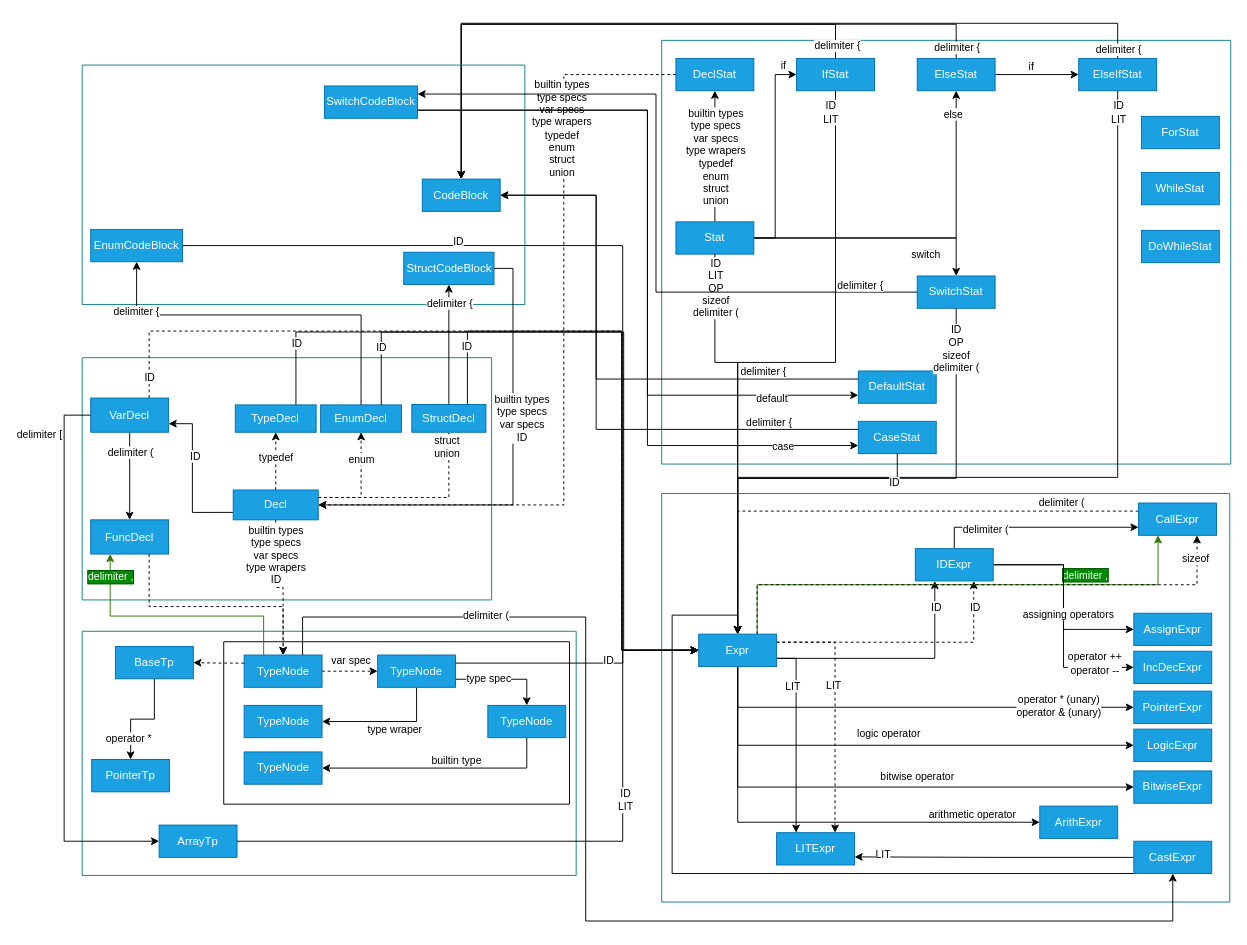
Before: Стековая_диаграмма_МТиК.drawio in OskarGaliullin231-329/translation-university, a draw.io diagram. Source tidied: cells renumbered, new cells numbered last; positions are measured from the earlier drawing's top-left corner, leaving out a move shared by most shapes. Both pictures are drawn from the tidied source at 95%, with x=0, y=0 at pixel (64, 23).
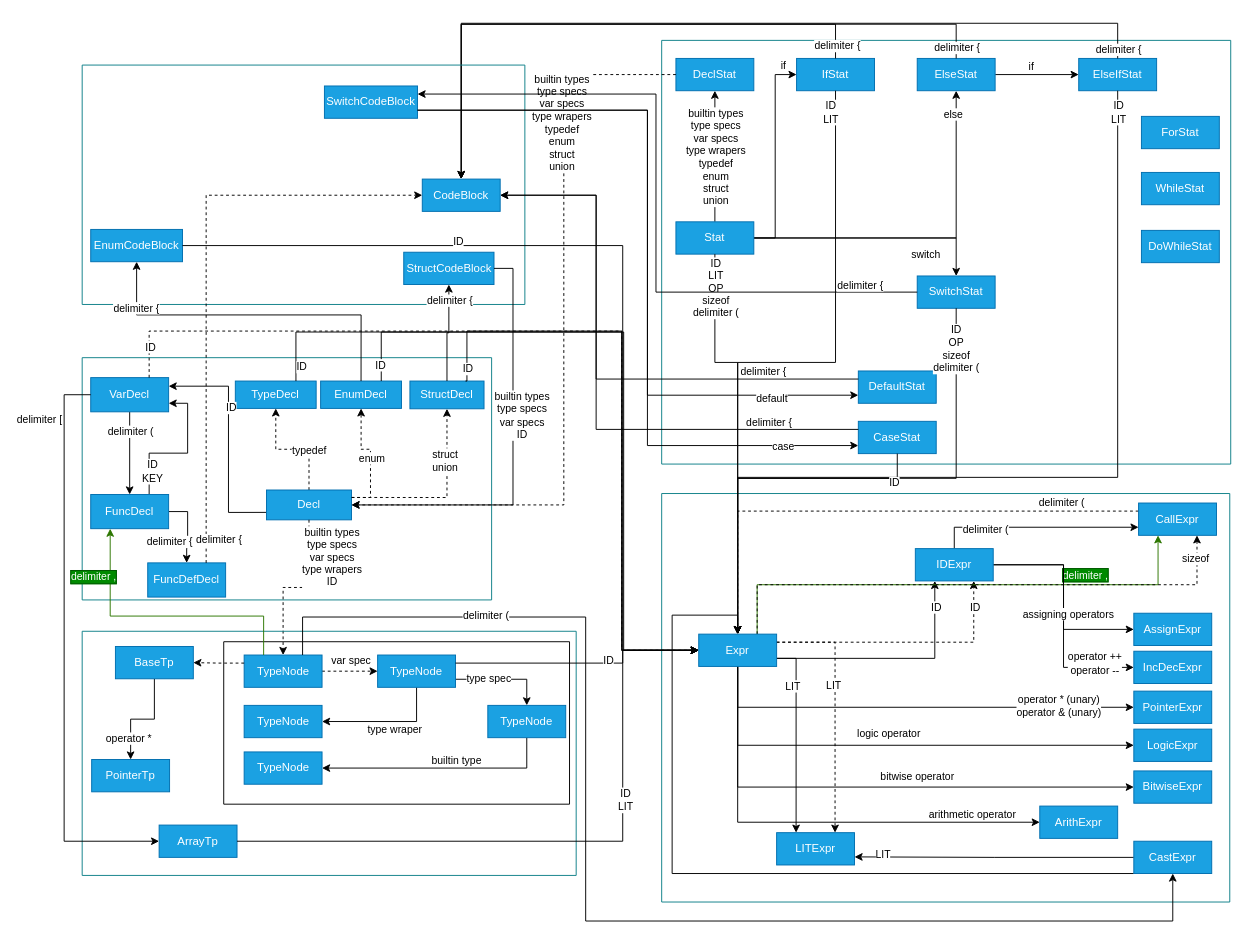
The same diagram, later.

Unchanged cells that the change refers to:
```xml
<mxCell id="2" style="swimlane;startSize=0;fillColor=#b0e3e6;strokeColor=#0e8088;" parent="1" vertex="1">
  <mxGeometry x="19" y="352" width="431" height="255" as="geometry" />
</mxCell>
<mxCell id="11" style="edgeStyle=orthogonalEdgeStyle;rounded=0;jettySize=auto;html=1;exitX=1;exitY=0.25;exitDx=0;exitDy=0;dashed=1;" parent="2" edge="1" source="15" target="10">
  <mxGeometry relative="1" as="geometry" />
</mxCell>
<mxCell id="17" style="edgeStyle=orthogonalEdgeStyle;rounded=0;jettySize=auto;html=1;exitX=1;exitY=0.25;exitDx=0;exitDy=0;dashed=1;" parent="2" edge="1" source="15" target="16">
  <mxGeometry relative="1" as="geometry" />
</mxCell>
<mxCell id="19" style="edgeStyle=orthogonalEdgeStyle;rounded=0;jettySize=auto;html=1;exitX=0.5;exitY=1;exitDx=0;exitDy=0;entryX=0.5;entryY=0;entryDx=0;entryDy=0;dashed=1;" parent="1" edge="1" source="15" target="68">
  <mxGeometry relative="1" as="geometry" />
</mxCell>
<mxCell id="68" value="TypeNode" style="rounded=0;whiteSpace=wrap;html=1;fillColor=#1ba1e2;fontColor=#ffffff;strokeColor=#006EAF;" parent="65" vertex="1">
  <mxGeometry x="21.5" y="14" width="82" height="34" as="geometry" />
</mxCell>
<mxCell id="84" value="ArrayTp" style="rounded=0;whiteSpace=wrap;html=1;fillColor=#1ba1e2;fontColor=#ffffff;strokeColor=#006EAF;" parent="64" vertex="1">
  <mxGeometry x="81" y="204" width="82" height="34" as="geometry" />
</mxCell>
<mxCell id="89" style="edgeStyle=orthogonalEdgeStyle;rounded=0;jettySize=auto;html=1;exitX=0.75;exitY=0;exitDx=0;exitDy=0;entryX=0;entryY=0.5;entryDx=0;entryDy=0;dashed=1;" parent="1" edge="1" source="5" target="44">
  <mxGeometry relative="1" as="geometry">
    <Array as="points">
      <mxPoint x="90" y="324" />
      <mxPoint x="587" y="324" />
      <mxPoint x="587" y="660" />
    </Array>
  </mxGeometry>
</mxCell>
<mxCell id="96" style="edgeStyle=orthogonalEdgeStyle;rounded=0;jettySize=auto;html=1;exitX=0.75;exitY=0;exitDx=0;exitDy=0;entryX=0;entryY=0.5;entryDx=0;entryDy=0;" parent="1" edge="1" source="7" target="44">
  <mxGeometry relative="1" as="geometry">
    <Array as="points">
      <mxPoint x="244" y="325" />
      <mxPoint x="587" y="325" />
      <mxPoint x="587" y="660" />
    </Array>
  </mxGeometry>
</mxCell>
<mxCell id="98" style="edgeStyle=orthogonalEdgeStyle;rounded=0;jettySize=auto;html=1;exitX=0.75;exitY=0;exitDx=0;exitDy=0;entryX=0;entryY=0.5;entryDx=0;entryDy=0;" parent="1" edge="1" source="10" target="44">
  <mxGeometry relative="1" as="geometry">
    <Array as="points">
      <mxPoint x="334" y="325" />
      <mxPoint x="589" y="325" />
      <mxPoint x="589" y="660" />
    </Array>
  </mxGeometry>
</mxCell>
<mxCell id="100" style="edgeStyle=orthogonalEdgeStyle;rounded=0;jettySize=auto;html=1;exitX=0.75;exitY=0;exitDx=0;exitDy=0;entryX=0;entryY=0.5;entryDx=0;entryDy=0;" parent="1" edge="1" source="16" target="44">
  <mxGeometry relative="1" as="geometry">
    <Array as="points">
      <mxPoint x="424" y="324" />
      <mxPoint x="587" y="324" />
      <mxPoint x="587" y="660" />
    </Array>
  </mxGeometry>
</mxCell>
<mxCell id="141" value="CodeBlock" style="rounded=0;whiteSpace=wrap;html=1;fillColor=#1ba1e2;fontColor=#ffffff;strokeColor=#006EAF;" parent="140" vertex="1">
  <mxGeometry x="358" y="120" width="82" height="34" as="geometry" />
</mxCell>
```

Diff of the diagram source:
```diff
@@
     <mxCell id="5" value="VarDecl" style="rounded=0;whiteSpace=wrap;html=1;fillColor=#1ba1e2;fontColor=#ffffff;strokeColor=#006EAF;" parent="2" vertex="1">
-      <mxGeometry x="9" y="42.5" width="82" height="36" as="geometry" />
+      <mxGeometry x="9" y="21" width="82" height="36" as="geometry" />
     </mxCell>
+    <mxCell id="167" style="edgeStyle=orthogonalEdgeStyle;rounded=0;jettySize=auto;html=1;exitX=0.75;exitY=0;exitDx=0;exitDy=0;entryX=1;entryY=0.75;entryDx=0;entryDy=0;" parent="2" edge="1" source="6" target="5">
+      <mxGeometry relative="1" as="geometry" />
+    </mxCell>
+    <mxCell id="168" value="&lt;div&gt;ID&lt;/div&gt;&lt;div&gt;KEY&lt;/div&gt;" style="edgeLabel;html=1;align=center;verticalAlign=middle;" parent="167" vertex="1">
+      <mxGeometry x="-0.6" y="-4" relative="1" as="geometry">
+        <mxPoint x="-1" y="6" as="offset" />
+      </mxGeometry>
+    </mxCell>
+    <mxCell id="169" style="edgeStyle=orthogonalEdgeStyle;rounded=0;jettySize=auto;html=1;exitX=1;exitY=0.5;exitDx=0;exitDy=0;entryX=0.5;entryY=0;entryDx=0;entryDy=0;" parent="2" edge="1" source="6" target="171">
+      <mxGeometry relative="1" as="geometry" />
+    </mxCell>
+    <mxCell id="170" value="delimiter {" style="edgeLabel;html=1;align=center;verticalAlign=middle;" parent="169" vertex="1">
+      <mxGeometry x="-0.02" y="-2" relative="1" as="geometry">
+        <mxPoint x="-18" y="14" as="offset" />
+      </mxGeometry>
+    </mxCell>
     <mxCell id="6" value="FuncDecl" style="rounded=0;whiteSpace=wrap;html=1;fillColor=#1ba1e2;fontColor=#ffffff;strokeColor=#006EAF;" parent="2" vertex="1">
-      <mxGeometry x="9" y="170.7" width="82" height="36" as="geometry" />
+      <mxGeometry x="9" y="144" width="82" height="36" as="geometry" />
     </mxCell>
     <mxCell id="7" value="TypeDecl" style="rounded=0;whiteSpace=wrap;html=1;fillColor=#1ba1e2;fontColor=#ffffff;strokeColor=#006EAF;" parent="2" vertex="1">
-      <mxGeometry x="161.2" y="49.7" width="85.1" height="28.8" as="geometry" />
+      <mxGeometry x="161.2" y="24.6" width="85.1" height="28.8" as="geometry" />
     </mxCell>
@@
     <mxCell id="10" value="EnumDecl" style="rounded=0;whiteSpace=wrap;html=1;fillColor=#1ba1e2;fontColor=#ffffff;strokeColor=#006EAF;" parent="2" vertex="1">
-      <mxGeometry x="251" y="49.7" width="85.1" height="28.8" as="geometry" />
+      <mxGeometry x="251" y="24.6" width="85.1" height="28.8" as="geometry" />
     </mxCell>
@@
     <mxCell id="12" value="enum" style="edgeLabel;html=1;align=center;verticalAlign=middle;" parent="11" vertex="1">
       <mxGeometry x="-0.59" y="-7" relative="1" as="geometry">
-        <mxPoint x="22" y="-48" as="offset" />
+        <mxPoint x="-6" y="-37" as="offset" />
       </mxGeometry>
     </mxCell>
-    <mxCell id="13" style="edgeStyle=orthogonalEdgeStyle;rounded=0;jettySize=auto;html=1;exitX=0;exitY=0.75;exitDx=0;exitDy=0;entryX=1;entryY=0.75;entryDx=0;entryDy=0;" parent="2" edge="1" source="15" target="5">
+    <mxCell id="13" style="edgeStyle=orthogonalEdgeStyle;rounded=0;jettySize=auto;html=1;exitX=0;exitY=0.75;exitDx=0;exitDy=0;entryX=1;entryY=0.25;entryDx=0;entryDy=0;" parent="2" edge="1" source="15" target="5">
       <mxGeometry relative="1" as="geometry">
         <Array as="points">
-          <mxPoint x="116" y="163" />
-          <mxPoint x="116" y="69" />
+          <mxPoint x="154" y="163" />
+          <mxPoint x="154" y="30" />
         </Array>
       </mxGeometry>
     </mxCell>
@@
     <mxCell id="15" value="Decl" style="rounded=0;whiteSpace=wrap;html=1;fillColor=#1ba1e2;fontColor=#ffffff;strokeColor=#006EAF;" parent="2" vertex="1">
-      <mxGeometry x="159" y="139.3" width="89.5" height="31.4" as="geometry" />
+      <mxGeometry x="194" y="139.3" width="89.5" height="31.4" as="geometry" />
     </mxCell>
     <mxCell id="16" value="StructDecl" style="rounded=0;whiteSpace=wrap;html=1;fillColor=#1ba1e2;fontColor=#ffffff;strokeColor=#006EAF;" parent="2" vertex="1">
-      <mxGeometry x="347" y="49.3" width="78" height="29.2" as="geometry" />
+      <mxGeometry x="345" y="24.6" width="78" height="29.2" as="geometry" />
     </mxCell>
@@
     <mxCell id="18" value="&lt;div&gt;struct&lt;/div&gt;&lt;div&gt;union&lt;/div&gt;" style="edgeLabel;html=1;align=center;verticalAlign=middle;" parent="17" vertex="1">
       <mxGeometry x="-0.65" y="-2" relative="1" as="geometry">
-        <mxPoint x="99" y="-56" as="offset" />
+        <mxPoint x="64" y="-41" as="offset" />
       </mxGeometry>
     </mxCell>
+    <mxCell id="171" value="FuncDefDecl" style="rounded=0;whiteSpace=wrap;html=1;fillColor=#1ba1e2;fontColor=#ffffff;strokeColor=#006EAF;" parent="2" vertex="1">
+      <mxGeometry x="69" y="216" width="82" height="36" as="geometry" />
+    </mxCell>
@@
     <mxCell id="20" value="&lt;div&gt;builtin types&lt;/div&gt;&lt;div&gt;type specs&lt;/div&gt;&lt;div&gt;var specs&lt;/div&gt;&lt;div&gt;type wrapers&lt;/div&gt;&lt;div&gt;ID&lt;/div&gt;" style="edgeLabel;html=1;align=center;verticalAlign=middle;" parent="19" vertex="1">
       <mxGeometry x="-0.87" y="1" relative="1" as="geometry">
-        <mxPoint x="-1" y="27" as="offset" />
+        <mxPoint x="23" y="28" as="offset" />
       </mxGeometry>
     </mxCell>
@@
     <mxCell id="90" value="ID" style="edgeLabel;html=1;align=center;verticalAlign=middle;" parent="89" vertex="1">
       <mxGeometry x="0.69" y="3" relative="1" as="geometry">
-        <mxPoint x="-501" y="-216" as="offset" />
+        <mxPoint x="-500" y="-251" as="offset" />
       </mxGeometry>
     </mxCell>
     <mxCell id="91" style="edgeStyle=orthogonalEdgeStyle;rounded=0;jettySize=auto;html=1;exitX=0;exitY=0.5;exitDx=0;exitDy=0;entryX=0;entryY=0.5;entryDx=0;entryDy=0;" parent="1" edge="1" source="5" target="84">
       <mxGeometry relative="1" as="geometry">
         <Array as="points">
-          <mxPoint y="413" />
+          <mxPoint y="391" />
           <mxPoint y="861" />
         </Array>
       </mxGeometry>
     </mxCell>
@@
-    <mxCell id="93" style="edgeStyle=orthogonalEdgeStyle;rounded=0;jettySize=auto;html=1;exitX=0.75;exitY=1;exitDx=0;exitDy=0;entryX=0.5;entryY=0;entryDx=0;entryDy=0;dashed=1;" parent="1" edge="1" source="6" target="68">
-      <mxGeometry relative="1" as="geometry">
-        <Array as="points">
-          <mxPoint x="90" y="614" />
-          <mxPoint x="230" y="614" />
-        </Array>
-      </mxGeometry>
-    </mxCell>
@@
     <mxCell id="97" value="ID" style="edgeLabel;html=1;align=center;verticalAlign=middle;" parent="96" vertex="1">
       <mxGeometry x="-0.85" y="1" relative="1" as="geometry">
-        <mxPoint x="1" y="-2" as="offset" />
+        <mxPoint x="-4" y="37" as="offset" />
       </mxGeometry>
     </mxCell>
@@
     <mxCell id="99" value="ID" style="edgeLabel;html=1;align=center;verticalAlign=middle;" parent="98" vertex="1">
       <mxGeometry x="-0.83" y="-3" relative="1" as="geometry">
-        <mxPoint x="-3" y="3" as="offset" />
+        <mxPoint x="-11" y="31" as="offset" />
       </mxGeometry>
     </mxCell>
@@
     <mxCell id="101" value="ID" style="edgeLabel;html=1;align=center;verticalAlign=middle;" parent="100" vertex="1">
-      <mxGeometry x="-0.81" y="1" relative="1" as="geometry" />
+      <mxGeometry x="-0.81" y="1" relative="1" as="geometry">
+        <mxPoint x="-5" y="40" as="offset" />
+      </mxGeometry>
     </mxCell>
@@
+    <mxCell id="172" style="edgeStyle=orthogonalEdgeStyle;rounded=0;jettySize=auto;html=1;exitX=0.75;exitY=0;exitDx=0;exitDy=0;entryX=0;entryY=0.5;entryDx=0;entryDy=0;dashed=1;" parent="1" edge="1" source="171" target="141">
+      <mxGeometry relative="1" as="geometry" />
+    </mxCell>
+    <mxCell id="173" value="delimiter {" style="edgeLabel;html=1;align=center;verticalAlign=middle;" parent="172" vertex="1">
+      <mxGeometry x="0.42" y="-5" relative="1" as="geometry">
+        <mxPoint x="-36" y="357" as="offset" />
+      </mxGeometry>
+    </mxCell>
```
